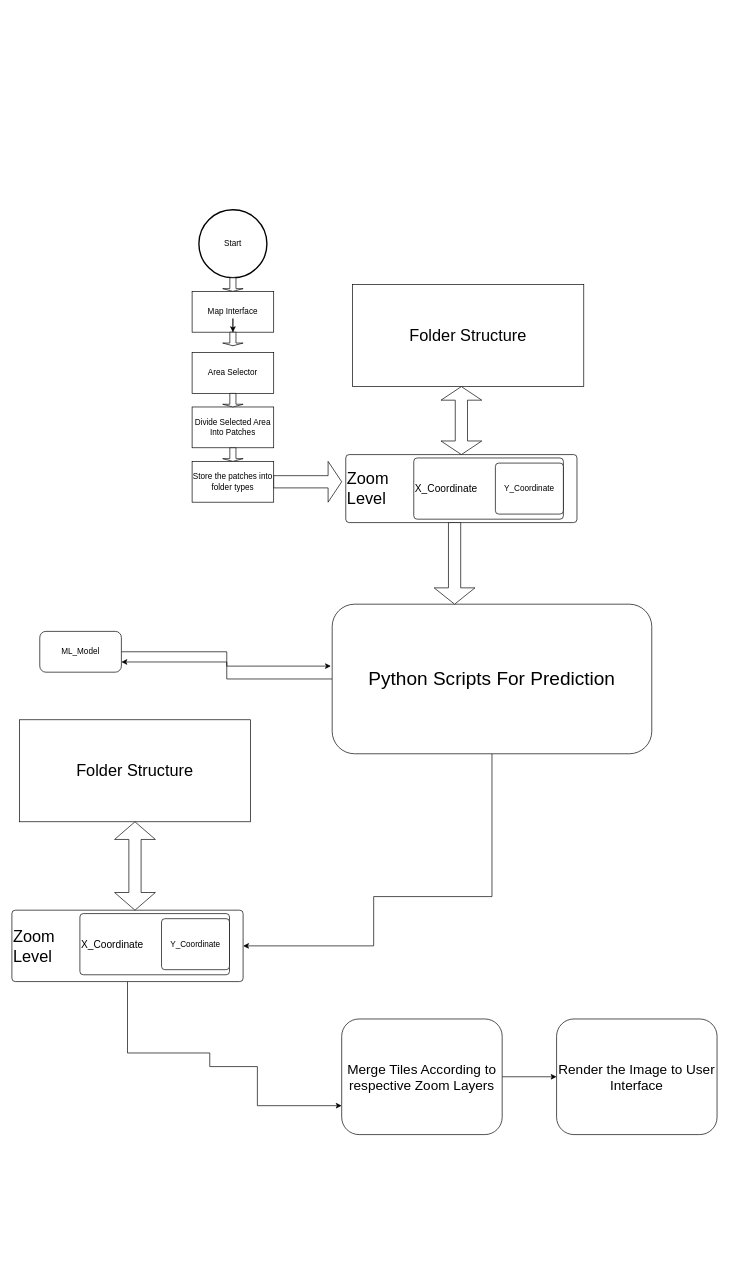
This is Solid_Waste/Solid_Waste_UI_Flowchart.drawio from Aayush181509/Aerial-UAV-Imagery-Segmentation, a draw.io file, before an edit. Source tidied: cells renumbered, new cells numbered last; positions are measured from the earlier drawing's top-left corner, leaving out a move shared by most shapes. Both pictures are drawn from the tidied source at 68%, with x=0, y=0 at pixel (12, 209).
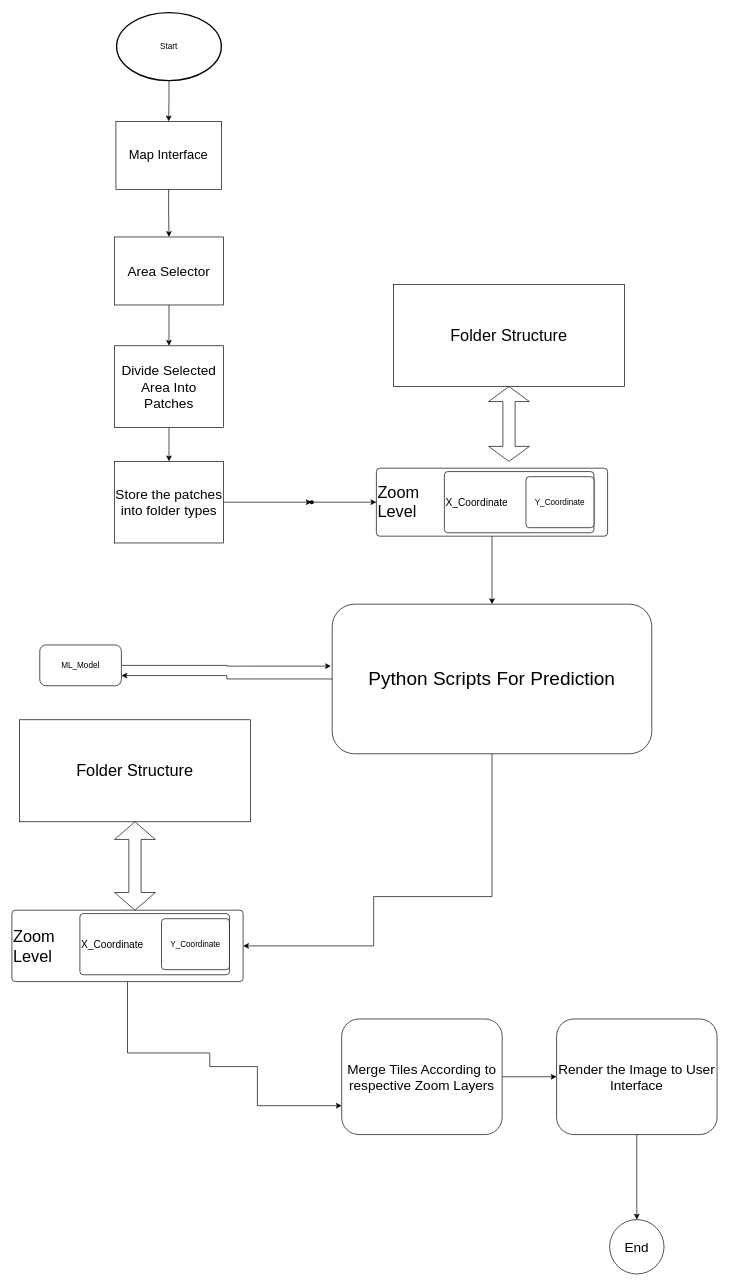
Above is the later version.

The change refers to these unchanged cells:
```xml
<mxCell id="9" style="html=1;shape=mxgraph.er.anchor;whiteSpace=wrap;" parent="8" vertex="1">
  <mxGeometry width="170" height="100" as="geometry" />
</mxCell>
<mxCell id="22" value="&lt;font style=&quot;font-size: 28px;&quot;&gt;Python Scripts For Prediction&lt;/font&gt;" style="rounded=1;whiteSpace=wrap;html=1;" parent="1" vertex="1">
  <mxGeometry x="471" y="580" width="470" height="220" as="geometry" />
</mxCell>
<mxCell id="35" value="&lt;font style=&quot;font-size: 20px;&quot;&gt;Render the Image to User Interface&lt;/font&gt;" style="rounded=1;whiteSpace=wrap;html=1;" parent="1" vertex="1">
  <mxGeometry x="801" y="1190" width="236" height="170" as="geometry" />
</mxCell>
```

The edit, as a diff of the source:
```diff
@@
+    <mxCell id="36" style="edgeStyle=orthogonalEdgeStyle;rounded=0;jettySize=auto;html=1;" parent="1" edge="1" source="2" target="4">
+      <mxGeometry relative="1" as="geometry" />
+    </mxCell>
     <mxCell id="2" value="Start" style="strokeWidth=2;html=1;shape=mxgraph.flowchart.start_2;whiteSpace=wrap;" parent="1" vertex="1">
-      <mxGeometry x="275" width="100" height="100" as="geometry" />
+      <mxGeometry x="154" y="-290" width="154" height="100" as="geometry" />
     </mxCell>
-    <mxCell id="3" style="edgeStyle=orthogonalEdgeStyle;rounded=0;jettySize=auto;html=1;" parent="1" edge="1" source="18" target="6">
-      <mxGeometry relative="1" as="geometry" />
-    </mxCell>
+    <mxCell id="37" style="edgeStyle=orthogonalEdgeStyle;rounded=0;jettySize=auto;html=1;" parent="1" edge="1" source="4" target="5">
+      <mxGeometry relative="1" as="geometry" />
+    </mxCell>
-    <mxCell id="4" value="Map Interface" style="rounded=0;whiteSpace=wrap;html=1;" parent="1" vertex="1">
-      <mxGeometry x="265" y="120" width="120" height="60" as="geometry" />
+    <mxCell id="4" value="&lt;font style=&quot;font-size: 19px;&quot;&gt;Map Interface&lt;/font&gt;" style="rounded=0;whiteSpace=wrap;html=1;" parent="1" vertex="1">
+      <mxGeometry x="153" y="-130" width="155" height="100" as="geometry" />
     </mxCell>
+    <mxCell id="38" style="edgeStyle=orthogonalEdgeStyle;rounded=0;jettySize=auto;html=1;" parent="1" edge="1" source="5" target="6">
+      <mxGeometry relative="1" as="geometry" />
+    </mxCell>
-    <mxCell id="5" value="Area Selector" style="rounded=0;whiteSpace=wrap;html=1;" parent="1" vertex="1">
-      <mxGeometry x="265" y="210" width="120" height="60" as="geometry" />
+    <mxCell id="5" value="&lt;font style=&quot;font-size: 20px;&quot;&gt;Area Selector&lt;/font&gt;" style="rounded=0;whiteSpace=wrap;html=1;" parent="1" vertex="1">
+      <mxGeometry x="151" y="40" width="160" height="100" as="geometry" />
     </mxCell>
+    <mxCell id="39" style="edgeStyle=orthogonalEdgeStyle;rounded=0;jettySize=auto;html=1;" parent="1" edge="1" source="6" target="7">
+      <mxGeometry relative="1" as="geometry" />
+    </mxCell>
-    <mxCell id="6" value="Divide Selected Area Into Patches" style="rounded=0;whiteSpace=wrap;html=1;" parent="1" vertex="1">
-      <mxGeometry x="265" y="290" width="120" height="60" as="geometry" />
+    <mxCell id="6" value="&lt;font style=&quot;font-size: 20px;&quot;&gt;Divide Selected Area Into Patches&lt;/font&gt;" style="rounded=0;whiteSpace=wrap;html=1;" parent="1" vertex="1">
+      <mxGeometry x="151" y="200" width="160" height="120" as="geometry" />
     </mxCell>
+    <mxCell id="40" style="edgeStyle=orthogonalEdgeStyle;rounded=0;jettySize=auto;html=1;" parent="1" edge="1" source="7" target="44">
+      <mxGeometry relative="1" as="geometry" />
+    </mxCell>
-    <mxCell id="7" value="Store the patches into folder types" style="rounded=0;whiteSpace=wrap;html=1;" parent="1" vertex="1">
-      <mxGeometry x="265" y="370" width="120" height="60" as="geometry" />
+    <mxCell id="7" value="&lt;font style=&quot;font-size: 20px;&quot;&gt;Store the patches into folder types&lt;/font&gt;" style="rounded=0;whiteSpace=wrap;html=1;" parent="1" vertex="1">
+      <mxGeometry x="151" y="370" width="160" height="120" as="geometry" />
     </mxCell>
+    <mxCell id="41" style="edgeStyle=orthogonalEdgeStyle;rounded=0;jettySize=auto;html=1;" parent="1" edge="1" source="8" target="22">
+      <mxGeometry relative="1" as="geometry" />
+    </mxCell>
     <mxCell id="8" value="&lt;font style=&quot;font-size: 24px;&quot;&gt;Zoom&lt;br&gt;Level&lt;/font&gt;" style="rounded=1;absoluteArcSize=1;html=1;arcSize=10;align=left;" parent="1" vertex="1">
-      <mxGeometry x="491" y="360" width="340" height="100" as="geometry" />
+      <mxGeometry x="536" y="380" width="340" height="100" as="geometry" />
     </mxCell>
@@
-    <mxCell id="12" style="shape=singleArrow;whiteSpace=wrap;html=1;" parent="1" vertex="1">
-      <mxGeometry x="385" y="370" width="100" height="60" as="geometry" />
-    </mxCell>
     <mxCell id="13" value="&lt;font style=&quot;font-size: 24px;&quot;&gt;Folder Structure&lt;/font&gt;" style="rounded=0;whiteSpace=wrap;html=1;" parent="1" vertex="1">
-      <mxGeometry x="501" y="110" width="340" height="150" as="geometry" />
+      <mxGeometry x="561" y="110" width="340" height="150" as="geometry" />
     </mxCell>
     <mxCell id="14" style="shape=doubleArrow;direction=south;whiteSpace=wrap;html=1;" parent="1" vertex="1">
-      <mxGeometry x="631" y="260" width="60" height="100" as="geometry" />
+      <mxGeometry x="701" y="260" width="60" height="110" as="geometry" />
     </mxCell>
-    <mxCell id="15" style="shape=singleArrow;direction=south;whiteSpace=wrap;html=1;" parent="1" vertex="1">
-      <mxGeometry x="310" y="100" width="30" height="20" as="geometry" />
-    </mxCell>
-    <mxCell id="16" style="edgeStyle=orthogonalEdgeStyle;rounded=0;jettySize=auto;html=1;" parent="1" edge="1" source="4" target="17">
-      <mxGeometry relative="1" as="geometry" />
-    </mxCell>
-    <mxCell id="17" style="shape=singleArrow;direction=south;whiteSpace=wrap;html=1;" parent="1" vertex="1">
-      <mxGeometry x="310" y="180" width="30" height="20" as="geometry" />
-    </mxCell>
-    <mxCell id="18" style="shape=singleArrow;direction=south;whiteSpace=wrap;html=1;" parent="1" vertex="1">
-      <mxGeometry x="310" y="270" width="30" height="20" as="geometry" />
-    </mxCell>
-    <mxCell id="19" style="shape=singleArrow;direction=south;whiteSpace=wrap;html=1;" parent="1" vertex="1">
-      <mxGeometry x="310" y="350" width="30" height="20" as="geometry" />
-    </mxCell>
@@
-    <mxCell id="23" style="shape=singleArrow;direction=south;whiteSpace=wrap;html=1;" parent="1" vertex="1">
-      <mxGeometry x="621" y="460" width="60" height="120" as="geometry" />
-    </mxCell>
@@
     <mxCell id="25" value="ML_Model" style="rounded=1;whiteSpace=wrap;html=1;" parent="1" vertex="1">
-      <mxGeometry x="41" y="620" width="120" height="60" as="geometry" />
+      <mxGeometry x="41" y="640" width="120" height="60" as="geometry" />
     </mxCell>
@@
+    <mxCell id="42" style="edgeStyle=orthogonalEdgeStyle;rounded=0;jettySize=auto;html=1;" parent="1" edge="1" source="35" target="45">
+      <mxGeometry relative="1" as="geometry" />
+    </mxCell>
@@
+    <mxCell id="43" style="edgeStyle=orthogonalEdgeStyle;rounded=0;jettySize=auto;html=1;" parent="1" edge="1" source="44" target="9">
+      <mxGeometry relative="1" as="geometry" />
+    </mxCell>
+    <mxCell id="44" style="shape=waypoint;sketch=0;size=6;points=[];fillColor=default;perimeter=centerPerimeter;snapToPoint=1;rounded=0;" parent="1" vertex="1">
+      <mxGeometry x="431" y="420" width="20" height="20" as="geometry" />
+    </mxCell>
+    <mxCell id="45" value="&lt;font style=&quot;font-size: 20px;&quot;&gt;End&lt;/font&gt;" style="ellipse;whiteSpace=wrap;html=1;rounded=1;" parent="1" vertex="1">
+      <mxGeometry x="879" y="1485" width="80" height="80" as="geometry" />
+    </mxCell>
```
